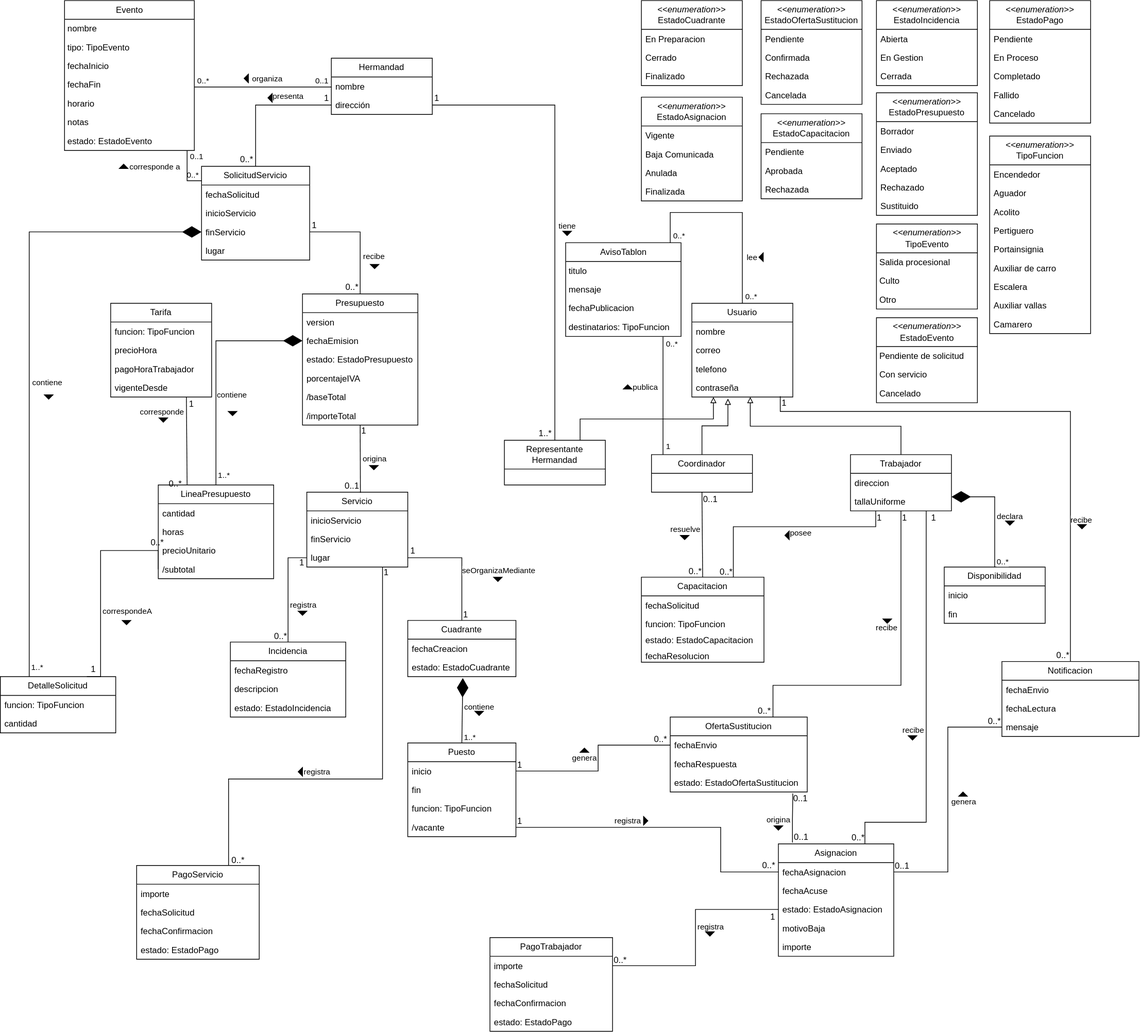
Above: Servicios Cofrades/assets/MC IR-Página-1.drawio (1).svg in gis-ir/IR2627-G1-07 (draw.io), before the change. Source tidied: cells renumbered, new cells last; positions are measured from the earlier drawing's top-left corner, leaving out a move shared by most shapes.
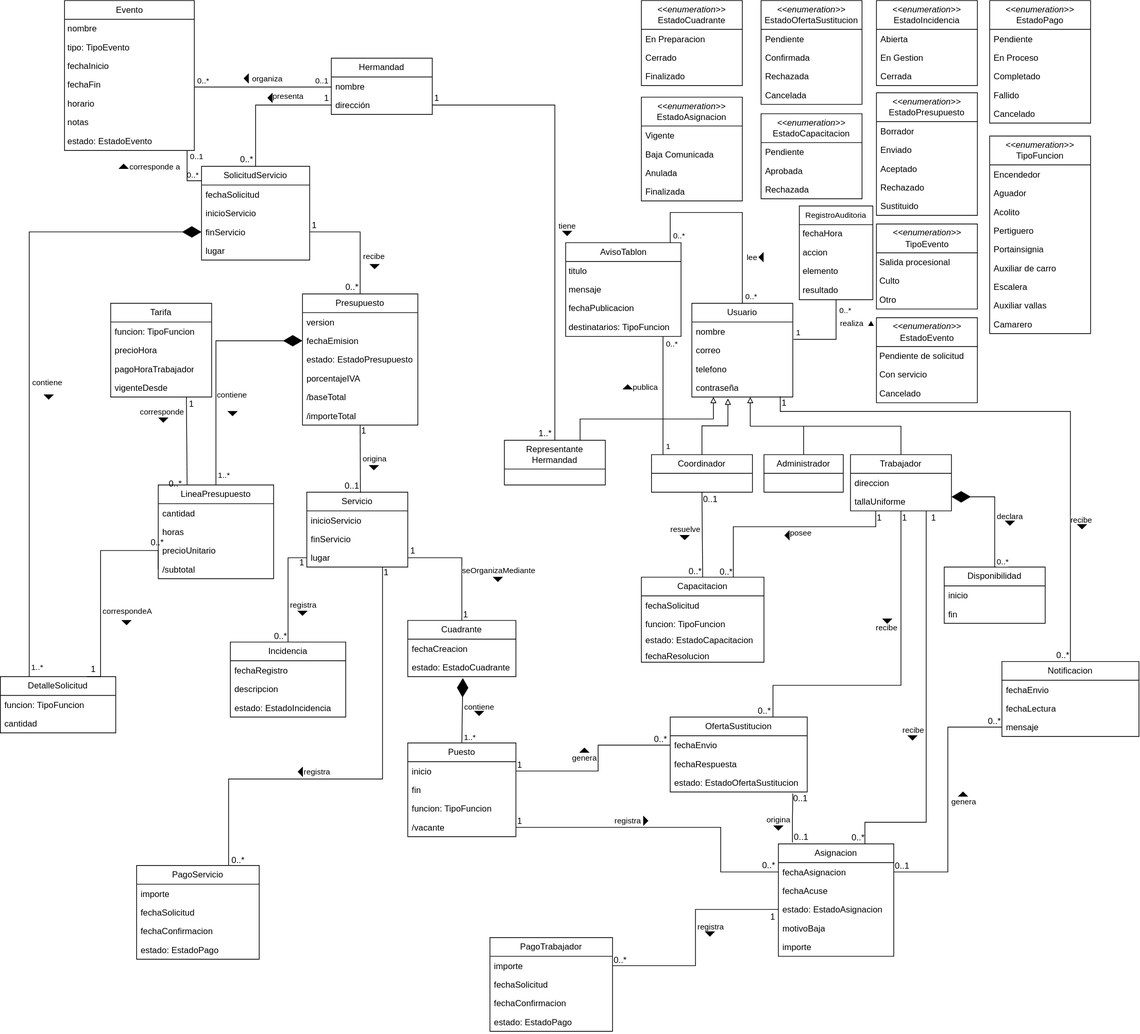
The same file after the commit.

Diff of the diagram source:
```diff
@@ -1039,5 +1039,51 @@
     <mxCell id="286" style="triangle;fillColor=strokeColor;rotation=180;" parent="1" vertex="1">
       <mxGeometry x="1052" y="350" width="6" height="12" as="geometry" />
     </mxCell>
+    <mxCell id="287" value="Administrador" style="swimlane;fontStyle=0;horizontal=1;startSize=26;fillColor=none;whiteSpace=wrap;html=1;" parent="1" vertex="1">
+      <mxGeometry x="1058" y="630" width="110" height="52" as="geometry" />
+    </mxCell>
+    <mxCell id="288" style="text;strokeColor=none;fillColor=none;align=left;verticalAlign=top;spacingLeft=4;spacingRight=4;overflow=hidden;whiteSpace=wrap;html=1;" parent="287" vertex="1">
+      <mxGeometry y="26" width="110" height="26" as="geometry" />
+    </mxCell>
+    <mxCell id="289" style="html=1;verticalAlign=bottom;endArrow=block;rounded=0;exitX=0.5;exitY=0;exitDx=0;exitDy=0;edgeStyle=orthogonalEdgeStyle;endFill=0;" parent="1" edge="1" source="287">
+      <mxGeometry relative="1" as="geometry">
+        <mxPoint x="1040" y="550" as="targetPoint" />
+        <Array as="points">
+          <mxPoint x="1113" y="590" />
+          <mxPoint x="1040" y="590" />
+        </Array>
+      </mxGeometry>
+    </mxCell>
+    <mxCell id="290" value="RegistroAuditoria" style="swimlane;fontStyle=0;horizontal=1;startSize=26;fillColor=none;whiteSpace=wrap;html=1;fontSize=11;" parent="1" vertex="1">
+      <mxGeometry x="1107" y="285" width="102" height="130" as="geometry" />
+    </mxCell>
+    <mxCell id="291" value="fechaHora" style="text;strokeColor=none;fillColor=none;align=left;verticalAlign=top;spacingLeft=4;spacingRight=4;overflow=hidden;whiteSpace=wrap;html=1;" parent="290" vertex="1">
+      <mxGeometry y="26" width="102" height="26" as="geometry" />
+    </mxCell>
+    <mxCell id="292" value="accion" style="text;strokeColor=none;fillColor=none;align=left;verticalAlign=top;spacingLeft=4;spacingRight=4;overflow=hidden;whiteSpace=wrap;html=1;" parent="290" vertex="1">
+      <mxGeometry y="52" width="102" height="26" as="geometry" />
+    </mxCell>
+    <mxCell id="293" value="elemento" style="text;strokeColor=none;fillColor=none;align=left;verticalAlign=top;spacingLeft=4;spacingRight=4;overflow=hidden;whiteSpace=wrap;html=1;" parent="290" vertex="1">
+      <mxGeometry y="78" width="102" height="26" as="geometry" />
+    </mxCell>
+    <mxCell id="294" value="resultado" style="text;strokeColor=none;fillColor=none;align=left;verticalAlign=top;spacingLeft=4;spacingRight=4;overflow=hidden;whiteSpace=wrap;html=1;" parent="290" vertex="1">
+      <mxGeometry y="104" width="102" height="26" as="geometry" />
+    </mxCell>
+    <mxCell id="295" style="endArrow=none;html=1;rounded=0;edgeStyle=orthogonalEdgeStyle;exitX=0.5;exitY=1;exitDx=0;exitDy=0;entryX=1;entryY=0.385;entryDx=0;entryDy=0;" parent="1" edge="1" source="290" target="2">
+      <mxGeometry relative="1" as="geometry">
+        <Array as="points">
+          <mxPoint x="1158" y="470" />
+        </Array>
+      </mxGeometry>
+    </mxCell>
+    <mxCell id="296" value="realiza ▲" style="text;html=1;align=left;verticalAlign=middle;fontSize=11;" parent="1" vertex="1">
+      <mxGeometry x="1162" y="440" width="60" height="20" as="geometry" />
+    </mxCell>
+    <mxCell id="297" value="0..*" style="text;html=1;align=left;verticalAlign=middle;fontSize=11;" parent="1" vertex="1">
+      <mxGeometry x="1161" y="416" width="30" height="20" as="geometry" />
+    </mxCell>
+    <mxCell id="298" value="1" style="text;html=1;align=left;verticalAlign=middle;fontSize=11;" parent="1" vertex="1">
+      <mxGeometry x="1103" y="452" width="20" height="20" as="geometry" />
+    </mxCell>
   </root>
 </mxGraphModel>
```
